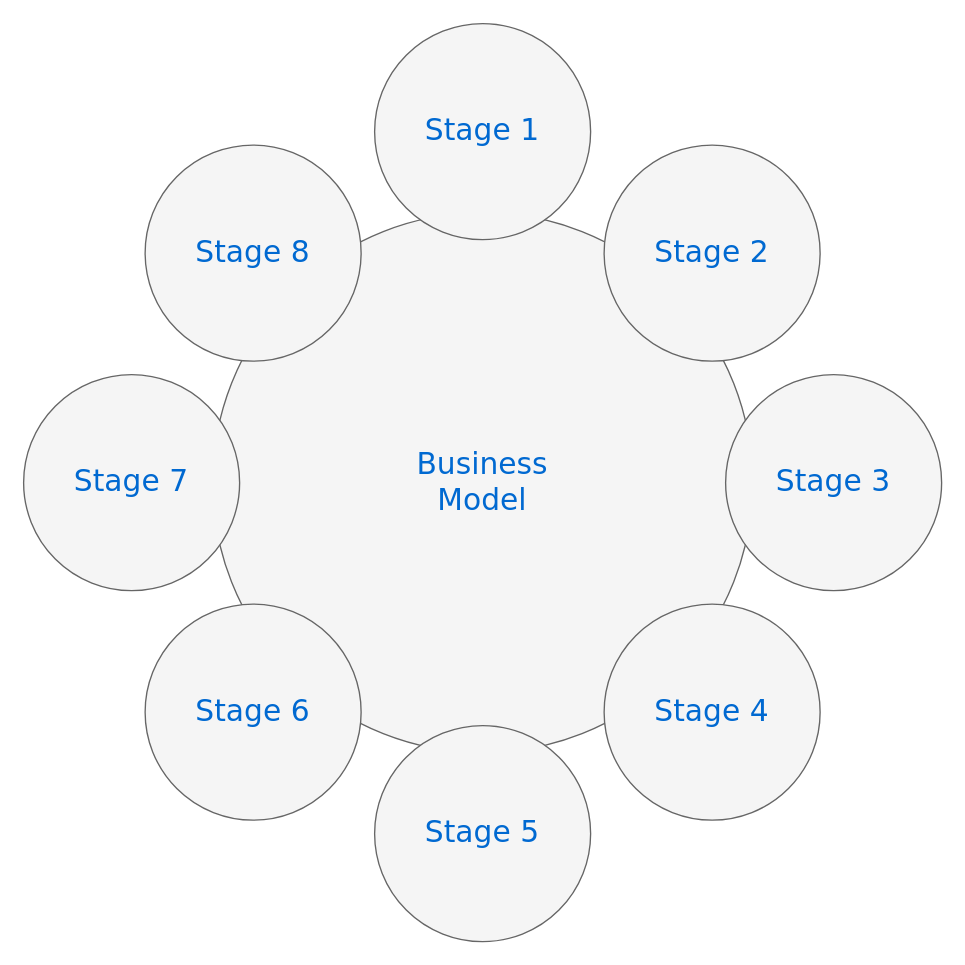
Earlier version of the draw.io diagram 2_Architecture/Untitled Diagram.drawio (sridharankv/M1_March_2022). Source tidied: cells renumbered, new cells numbered last; positions are measured from the earlier drawing's top-left corner, leaving out a move shared by most shapes. Both pictures are drawn from the tidied source at 135%, with x=0, y=0 at pixel (23, 23).
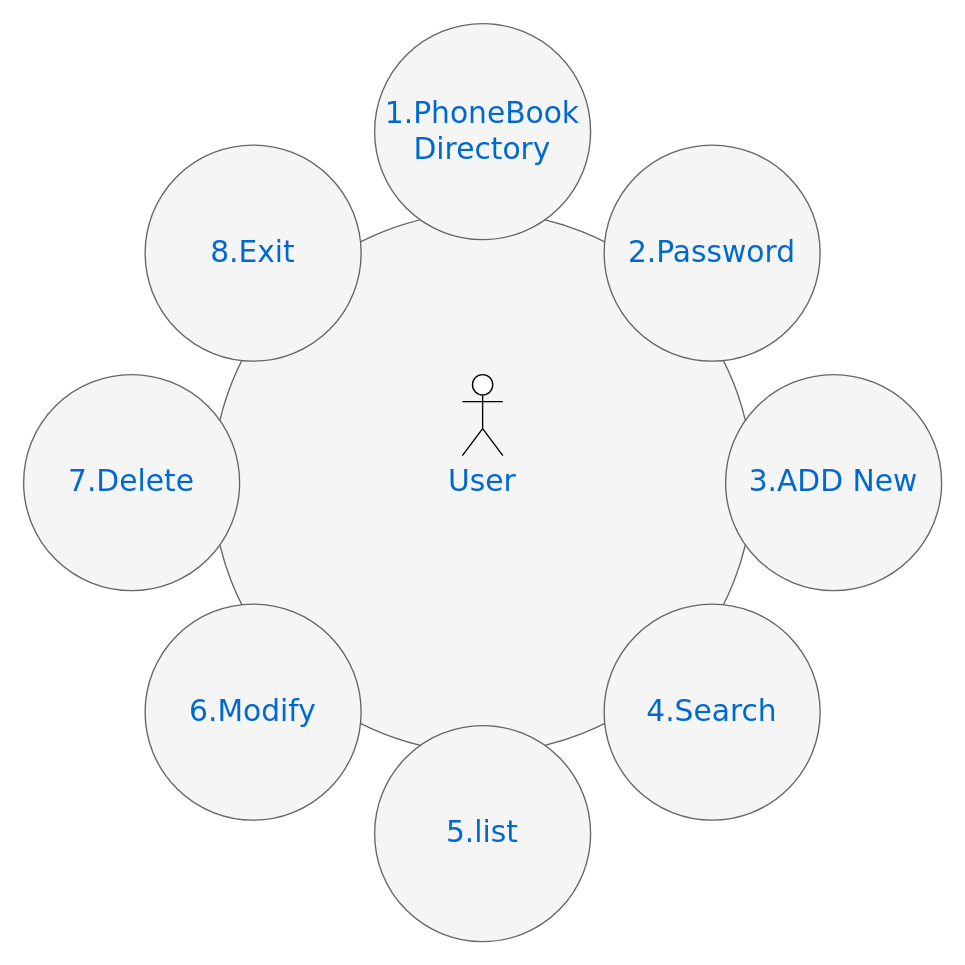
After the change.

The edit, as a diff of the source:
```diff
@@
 <mxGraphModel>
   <root>
     <mxCell id="0" />
     <mxCell id="1" parent="0" />
-    <mxCell id="2" value="Business&lt;div&gt;Model&lt;/div&gt;" style="ellipse;whiteSpace=wrap;html=1;rounded=0;shadow=0;dashed=0;comic=0;fontFamily=Verdana;fontSize=22;fontColor=#0069D1;fillColor=#f5f5f5;strokeColor=#666666;" parent="1" vertex="1">
+    <mxCell id="2" value="User" style="ellipse;whiteSpace=wrap;html=1;rounded=0;shadow=0;dashed=0;comic=0;fontFamily=Verdana;fontSize=22;fontColor=#0069D1;fillColor=#f5f5f5;strokeColor=#666666;" parent="1" vertex="1">
       <mxGeometry x="140" y="140" width="400" height="400" as="geometry" />
     </mxCell>
-    <mxCell id="3" value="Stage 1" style="ellipse;whiteSpace=wrap;html=1;rounded=0;shadow=0;dashed=0;comic=0;fontFamily=Verdana;fontSize=22;fontColor=#0069D1;fillColor=#f5f5f5;strokeColor=#666666;" parent="1" vertex="1">
+    <mxCell id="3" value="1.PhoneBook&lt;br&gt;Directory" style="ellipse;whiteSpace=wrap;html=1;rounded=0;shadow=0;dashed=0;comic=0;fontFamily=Verdana;fontSize=22;fontColor=#0069D1;fillColor=#f5f5f5;strokeColor=#666666;" parent="1" vertex="1">
       <mxGeometry x="260" width="160" height="160" as="geometry" />
     </mxCell>
-    <mxCell id="4" value="Stage 5" style="ellipse;whiteSpace=wrap;html=1;rounded=0;shadow=0;dashed=0;comic=0;fontFamily=Verdana;fontSize=22;fontColor=#0069D1;fillColor=#f5f5f5;strokeColor=#666666;" parent="1" vertex="1">
+    <mxCell id="4" value="5.list" style="ellipse;whiteSpace=wrap;html=1;rounded=0;shadow=0;dashed=0;comic=0;fontFamily=Verdana;fontSize=22;fontColor=#0069D1;fillColor=#f5f5f5;strokeColor=#666666;" parent="1" vertex="1">
       <mxGeometry x="260" y="520" width="160" height="160" as="geometry" />
     </mxCell>
-    <mxCell id="5" value="Stage 3" style="ellipse;whiteSpace=wrap;html=1;rounded=0;shadow=0;dashed=0;comic=0;fontFamily=Verdana;fontSize=22;fontColor=#0069D1;fillColor=#f5f5f5;strokeColor=#666666;" parent="1" vertex="1">
+    <mxCell id="5" value="3.ADD New" style="ellipse;whiteSpace=wrap;html=1;rounded=0;shadow=0;dashed=0;comic=0;fontFamily=Verdana;fontSize=22;fontColor=#0069D1;fillColor=#f5f5f5;strokeColor=#666666;" parent="1" vertex="1">
       <mxGeometry x="520" y="260" width="160" height="160" as="geometry" />
     </mxCell>
-    <mxCell id="6" value="Stage 7" style="ellipse;whiteSpace=wrap;html=1;rounded=0;shadow=0;dashed=0;comic=0;fontFamily=Verdana;fontSize=22;fontColor=#0069D1;fillColor=#f5f5f5;strokeColor=#666666;" parent="1" vertex="1">
+    <mxCell id="6" value="7.Delete" style="ellipse;whiteSpace=wrap;html=1;rounded=0;shadow=0;dashed=0;comic=0;fontFamily=Verdana;fontSize=22;fontColor=#0069D1;fillColor=#f5f5f5;strokeColor=#666666;" parent="1" vertex="1">
       <mxGeometry y="260" width="160" height="160" as="geometry" />
     </mxCell>
-    <mxCell id="7" value="Stage 8" style="ellipse;whiteSpace=wrap;html=1;rounded=0;shadow=0;dashed=0;comic=0;fontFamily=Verdana;fontSize=22;fontColor=#0069D1;fillColor=#f5f5f5;strokeColor=#666666;" parent="1" vertex="1">
+    <mxCell id="7" value="8.Exit" style="ellipse;whiteSpace=wrap;html=1;rounded=0;shadow=0;dashed=0;comic=0;fontFamily=Verdana;fontSize=22;fontColor=#0069D1;fillColor=#f5f5f5;strokeColor=#666666;" parent="1" vertex="1">
       <mxGeometry x="90" y="90" width="160" height="160" as="geometry" />
     </mxCell>
-    <mxCell id="8" value="Stage 2" style="ellipse;whiteSpace=wrap;html=1;rounded=0;shadow=0;dashed=0;comic=0;fontFamily=Verdana;fontSize=22;fontColor=#0069D1;fillColor=#f5f5f5;strokeColor=#666666;" parent="1" vertex="1">
+    <mxCell id="8" value="2.Password" style="ellipse;whiteSpace=wrap;html=1;rounded=0;shadow=0;dashed=0;comic=0;fontFamily=Verdana;fontSize=22;fontColor=#0069D1;fillColor=#f5f5f5;strokeColor=#666666;" parent="1" vertex="1">
       <mxGeometry x="430" y="90" width="160" height="160" as="geometry" />
     </mxCell>
-    <mxCell id="9" value="Stage 4" style="ellipse;whiteSpace=wrap;html=1;rounded=0;shadow=0;dashed=0;comic=0;fontFamily=Verdana;fontSize=22;fontColor=#0069D1;fillColor=#f5f5f5;strokeColor=#666666;" parent="1" vertex="1">
+    <mxCell id="9" value="4.Search" style="ellipse;whiteSpace=wrap;html=1;rounded=0;shadow=0;dashed=0;comic=0;fontFamily=Verdana;fontSize=22;fontColor=#0069D1;fillColor=#f5f5f5;strokeColor=#666666;" parent="1" vertex="1">
       <mxGeometry x="430" y="430" width="160" height="160" as="geometry" />
     </mxCell>
-    <mxCell id="10" value="Stage 6" style="ellipse;whiteSpace=wrap;html=1;rounded=0;shadow=0;dashed=0;comic=0;fontFamily=Verdana;fontSize=22;fontColor=#0069D1;fillColor=#f5f5f5;strokeColor=#666666;" parent="1" vertex="1">
+    <mxCell id="10" value="6.Modify" style="ellipse;whiteSpace=wrap;html=1;rounded=0;shadow=0;dashed=0;comic=0;fontFamily=Verdana;fontSize=22;fontColor=#0069D1;fillColor=#f5f5f5;strokeColor=#666666;" parent="1" vertex="1">
       <mxGeometry x="90" y="430" width="160" height="160" as="geometry" />
     </mxCell>
+    <mxCell id="11" style="shape=umlActor;verticalLabelPosition=bottom;verticalAlign=top;html=1;" parent="1" vertex="1">
+      <mxGeometry x="325" y="260" width="30" height="60" as="geometry" />
+    </mxCell>
   </root>
 </mxGraphModel>
```
